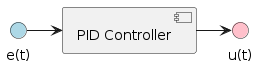
nsulmol/documentation keeps this PlantUML diagram as afm_spm_components/images/pid_simple.png. Above is the earlier version. The source it was exported from:
```plantuml
@startuml
!include style.puml

!startsub component
interface "e(t)" <<input>> as e_t
interface "u(t)" <<output>> as u_t
component "PID Controller" as pid_simple

e_t -> pid_simple
pid_simple -> u_t
!endsub

@enduml
```
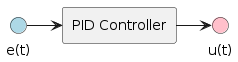
Above is the later version.

What changed in the source:
```diff
@@ -2,12 +2,12 @@
 !include style.puml
 
 !startsub component
-interface "e(t)" <<input>> as e_t
-interface "u(t)" <<output>> as u_t
+interface "e(t)" <<input>> as pi_e_t_in
+interface "u(t)" <<output>> as pi_u_t_out
 component "PID Controller" as pid_simple
 
-e_t -> pid_simple
-pid_simple -> u_t
+pi_e_t_in -> pid_simple
+pid_simple -> pi_u_t_out
 !endsub
 
 @enduml
```
